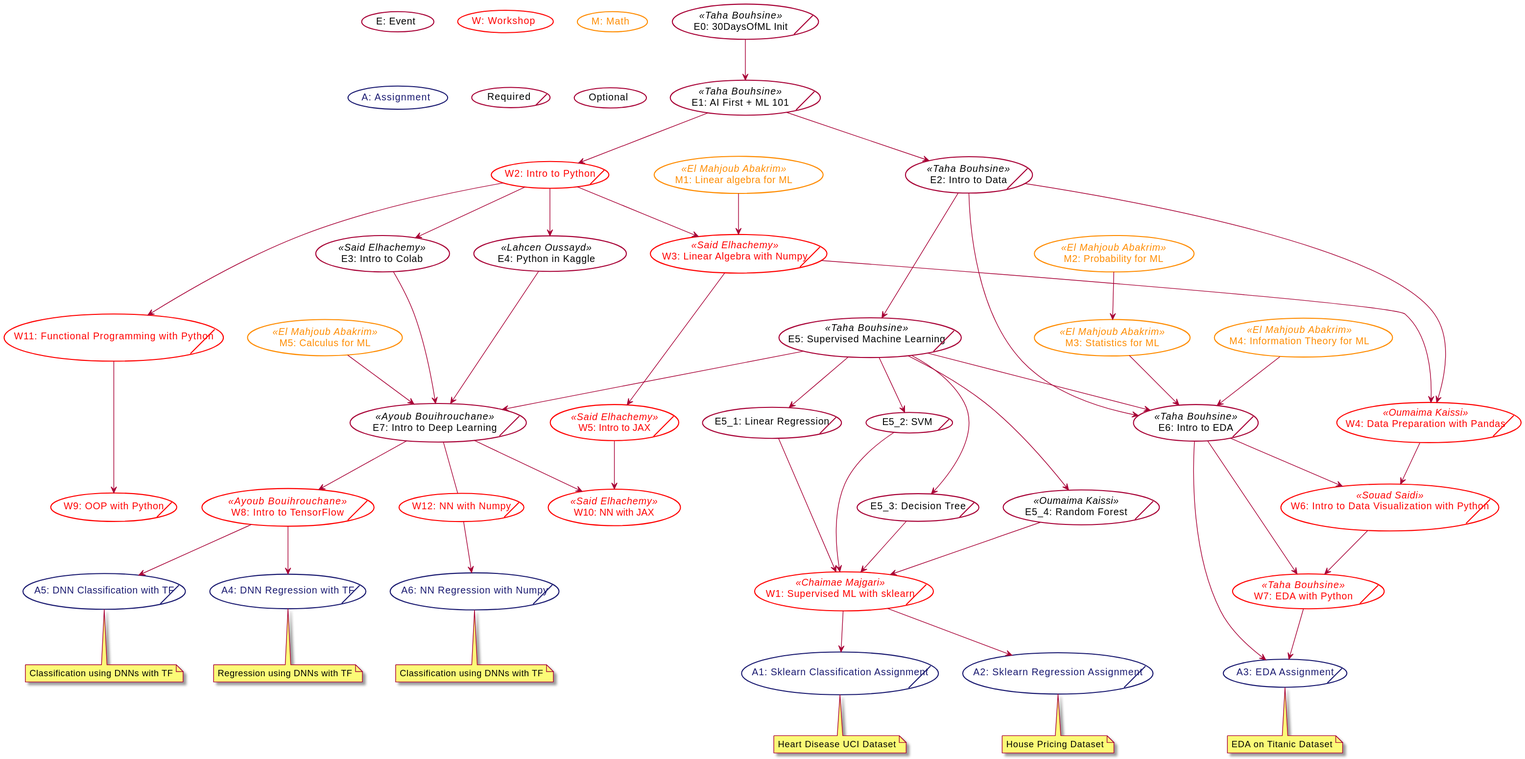
This is out/mlstart/MLStart.svg from gdscuiz/30daysofml, a PlantUML export, as it was before one commit.
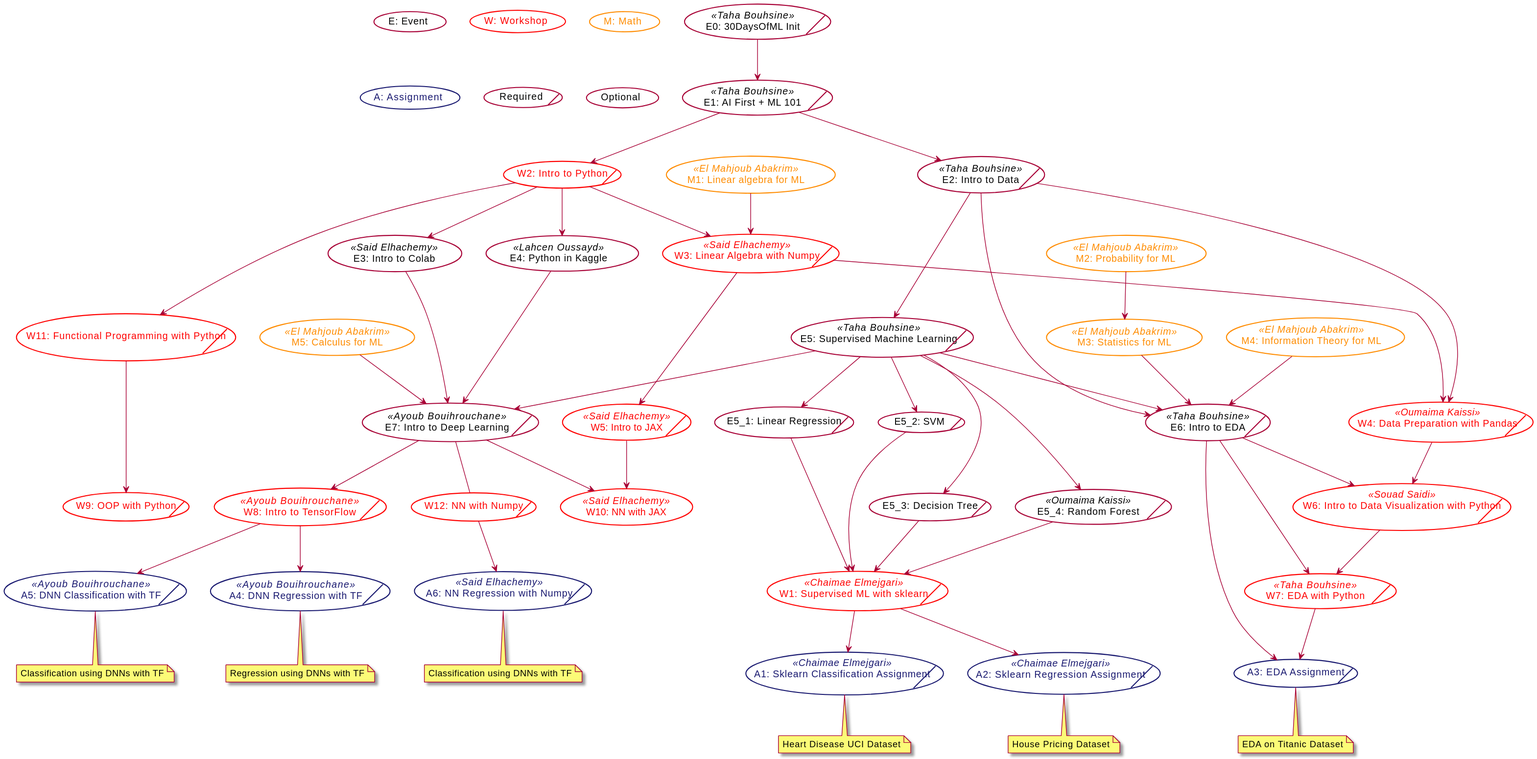
After the change.

Diff of the diagram source:
```diff
@@ -27,7 +27,7 @@
 
 
 
-(W1: Supervised ML with sklearn)/ as W1 << Chaimae Majgari>> #line:red;text:red
+(W1: Supervised ML with sklearn)/ as W1 << Chaimae Elmejgari>> #line:red;text:red
 (W2: Intro to Python)/ as W2 #line:red;text:red
 (W3: Linear Algebra with Numpy)/ as W3 <<Said Elhachemy>> #line:red;text:red
 (W4: Data Preparation with Pandas)/ as W4 <<Oumaima Kaissi>> #line:red;text:red
@@ -46,12 +46,12 @@
 (M5: Calculus for ML) as M5 << El Mahjoub Abakrim >> #line:darkorange;text:darkorange
 (M4: Information Theory for ML) as M4 << El Mahjoub Abakrim >> #line:darkorange;text:darkorange
 
-(A1: Sklearn Classification Assignment)/ as A1 #line:MidnightBlue;text:MidnightBlue
+(A1: Sklearn Classification Assignment)/ as A1 <<Chaimae Elmejgari>> #line:MidnightBlue;text:MidnightBlue
 note bottom [[http://GDSCUIZ.github.io]]
 Heart Disease UCI Dataset
 end note
 
-(A2: Sklearn Regression Assignment)/ as A2 #line:MidnightBlue;text:MidnightBlue
+(A2: Sklearn Regression Assignment)/ as A2 <<Chaimae Elmejgari>> #line:MidnightBlue;text:MidnightBlue
 note bottom [[http://GDSCUIZ.github.io]]
 House Pricing Dataset
 end note
@@ -61,17 +61,17 @@
 EDA on Titanic Dataset
 end note
 
-(A4: DNN Regression with TF)/ as A4 #line:MidnightBlue;text:MidnightBlue
+(A4: DNN Regression with TF)/ as A4 <<Ayoub Bouihrouchane>> #line:MidnightBlue;text:MidnightBlue
 note bottom [[http://GDSCUIZ.github.io]]
 Regression using DNNs with TF
 end note
 
-(A5: DNN Classification with TF)/ as A5 #line:MidnightBlue;text:MidnightBlue
+(A5: DNN Classification with TF)/ as A5 <<Ayoub Bouihrouchane>> #line:MidnightBlue;text:MidnightBlue
 note bottom [[http://GDSCUIZ.github.io]]
 Classification using DNNs with TF
 end note
 
-(A6: NN Regression with Numpy)/ as A6 #line:MidnightBlue;text:MidnightBlue
+(A6: NN Regression with Numpy)/ as A6 <<Said Elhachemy>> #line:MidnightBlue;text:MidnightBlue
 note bottom [[http://GDSCUIZ.github.io]]
 Classification using DNNs with TF
 end note
```
